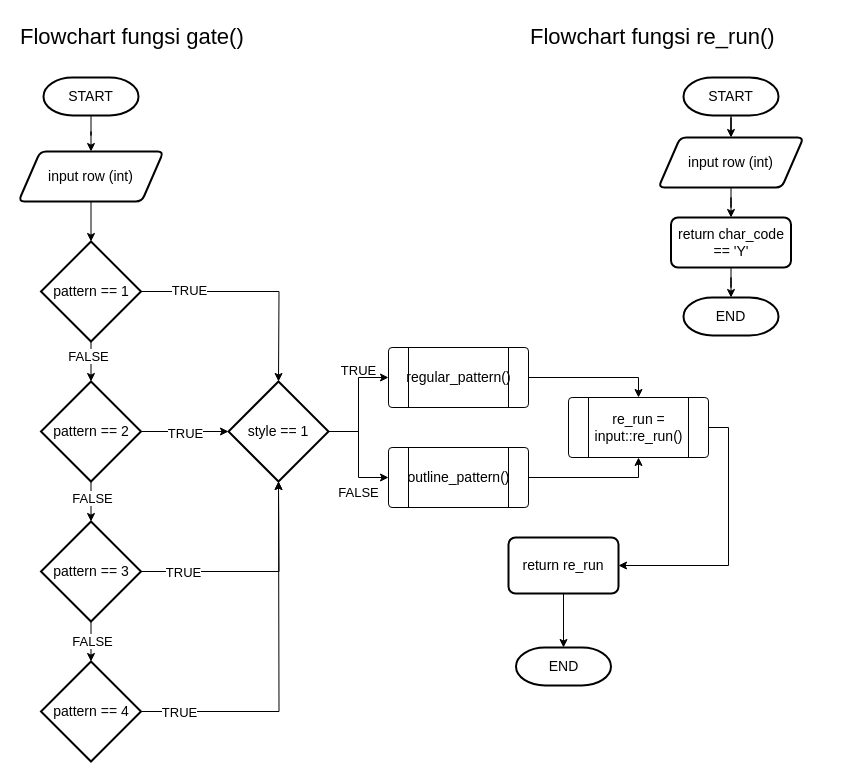
Earlier version of the draw.io diagram gate.drawio (HarisHerdiansyah/tugas-alprog). Source tidied: cells renumbered, new cells numbered last; positions are measured from the earlier drawing's top-left corner, leaving out a move shared by most shapes. Both pictures are drawn from the tidied source at 100%, with x=0, y=0 at pixel (18, 17).
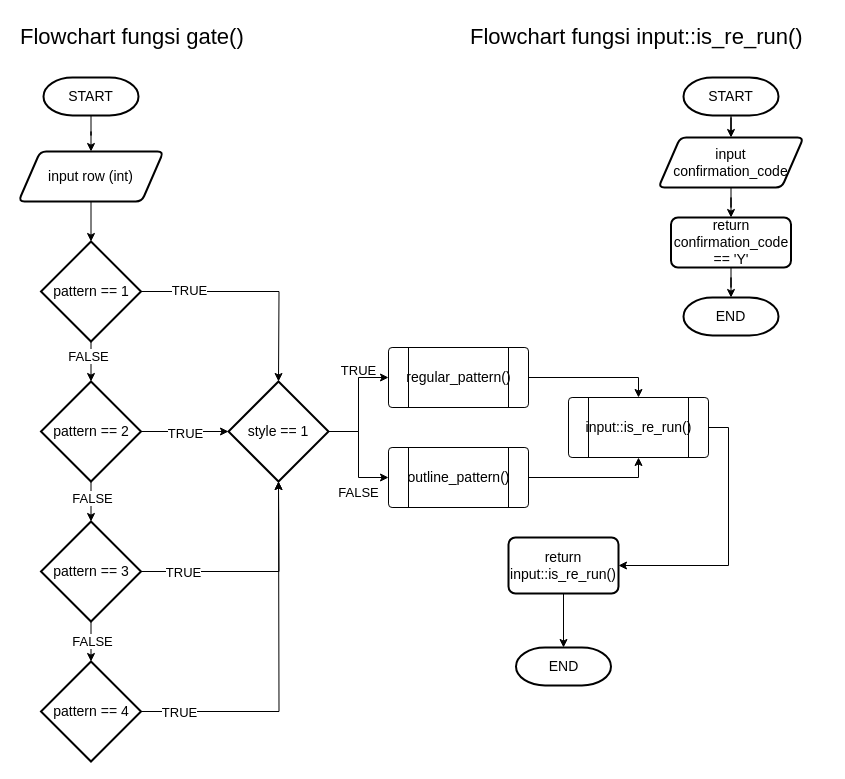
After the change.

Change to the diagram source:
```diff
@@
-    <mxCell id="32" value="re_run = input::re_run()" style="verticalLabelPosition=middle;verticalAlign=middle;html=1;shape=process;whiteSpace=wrap;rounded=1;size=0.14;arcSize=6;labelPosition=center;align=center;fontSize=14;" parent="1" vertex="1">
+    <mxCell id="32" value="input::is_re_run()" style="verticalLabelPosition=middle;verticalAlign=middle;html=1;shape=process;whiteSpace=wrap;rounded=1;size=0.14;arcSize=6;labelPosition=center;align=center;fontSize=14;" parent="1" vertex="1">
       <mxGeometry x="550" y="380" width="140" height="60" as="geometry" />
     </mxCell>
@@
-    <mxCell id="34" value="return re_run" style="rounded=1;whiteSpace=wrap;html=1;absoluteArcSize=1;arcSize=14;strokeWidth=2;fontSize=14;" parent="1" vertex="1">
+    <mxCell id="34" value="return&lt;div&gt;input::is_re_run()&lt;br&gt;&lt;/div&gt;" style="rounded=1;whiteSpace=wrap;html=1;absoluteArcSize=1;arcSize=14;strokeWidth=2;fontSize=14;" parent="1" vertex="1">
       <mxGeometry x="490" y="520" width="110" height="56" as="geometry" />
     </mxCell>
@@
-    <mxCell id="41" value="input row (int)" style="shape=parallelogram;html=1;strokeWidth=2;perimeter=parallelogramPerimeter;whiteSpace=wrap;rounded=1;arcSize=12;size=0.15000000000000002;fontSize=14;" parent="1" vertex="1">
+    <mxCell id="41" value="input&lt;div&gt;confirmation_code&lt;/div&gt;" style="shape=parallelogram;html=1;strokeWidth=2;perimeter=parallelogramPerimeter;whiteSpace=wrap;rounded=1;arcSize=12;size=0.15000000000000002;fontSize=14;" parent="1" vertex="1">
       <mxGeometry x="640" y="120" width="145" height="50" as="geometry" />
     </mxCell>
@@
-    <mxCell id="43" value="return char_code == 'Y'" style="rounded=1;whiteSpace=wrap;html=1;absoluteArcSize=1;arcSize=14;strokeWidth=2;fontSize=14;" parent="1" vertex="1">
+    <mxCell id="43" value="return confirmation_code == 'Y'" style="rounded=1;whiteSpace=wrap;html=1;absoluteArcSize=1;arcSize=14;strokeWidth=2;fontSize=14;" parent="1" vertex="1">
       <mxGeometry x="652.5" y="200" width="120" height="50" as="geometry" />
     </mxCell>
@@
-    <mxCell id="46" value="&lt;font style=&quot;font-size: 22px;&quot;&gt;Flowchart fungsi re_run()&lt;/font&gt;" style="text;html=1;align=left;verticalAlign=middle;strokeColor=none;fillColor=none;" parent="1" vertex="1">
-      <mxGeometry x="510" width="270" height="40" as="geometry" />
+    <mxCell id="46" value="&lt;font style=&quot;font-size: 22px;&quot;&gt;Flowchart fungsi input::is_re_run()&lt;/font&gt;" style="text;html=1;align=left;verticalAlign=middle;strokeColor=none;fillColor=none;" parent="1" vertex="1">
+      <mxGeometry x="450" width="360" height="40" as="geometry" />
     </mxCell>
```
